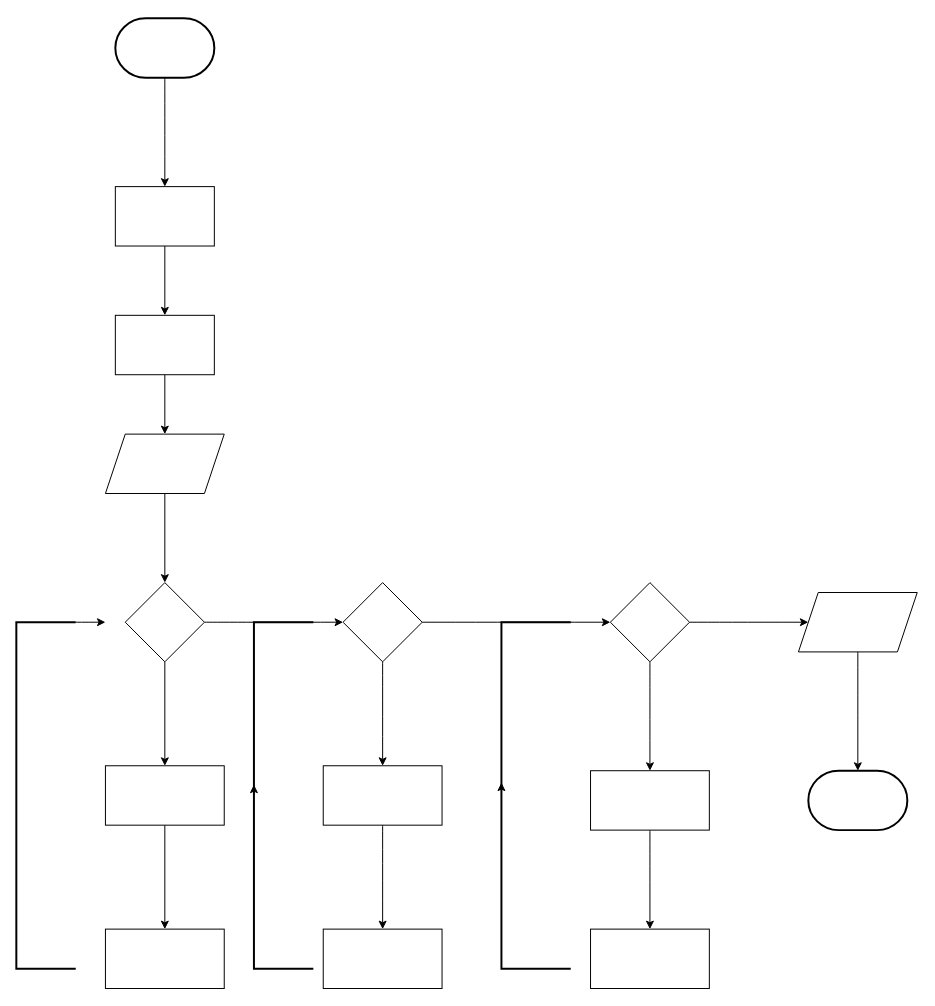
Cyriacusifeco/ALX keeps this draw.io diagram as page "Page-1" (1 of 2) of Sum_of_Squares_of_Given_Number.drawio. Above is the earlier version. Source tidied: cells renumbered, new cells numbered last; positions are measured from the earlier drawing's top-left corner, leaving out a move shared by most shapes. Both pictures are drawn from the tidied source at 99%, with x=0, y=0 at pixel (16, 18).
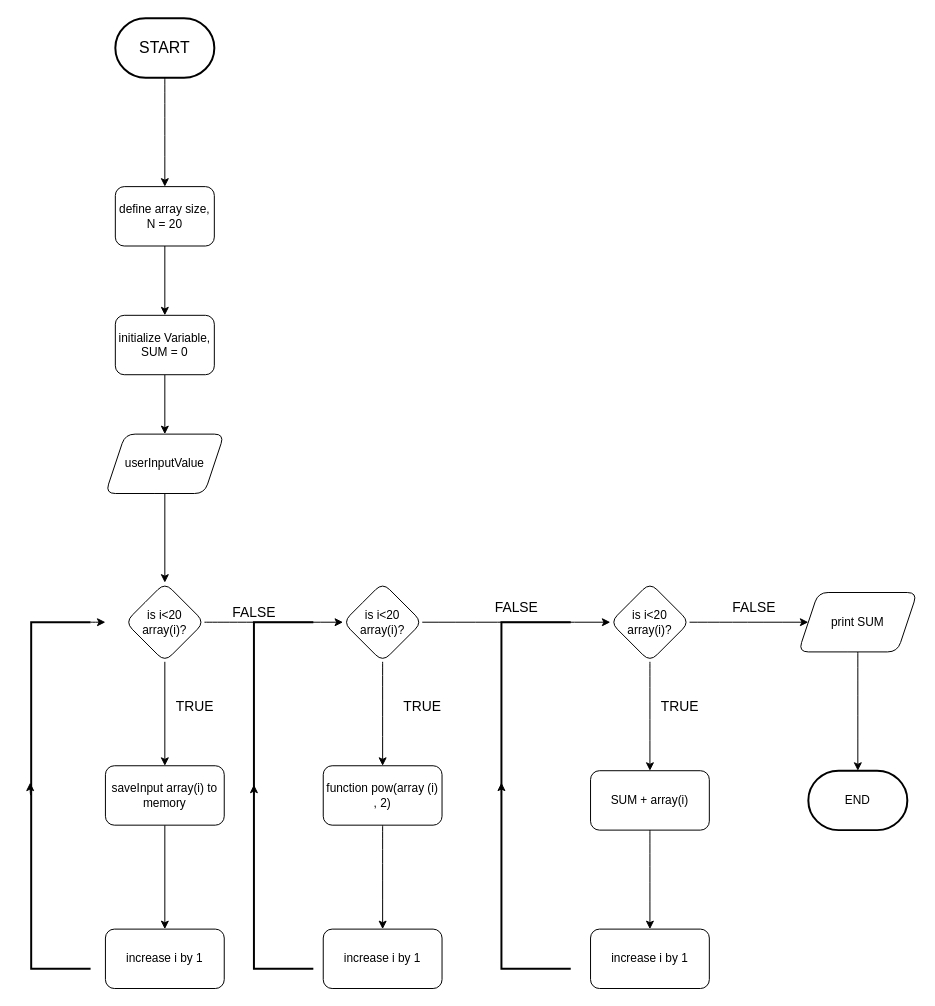
After the change.

Diff of the diagram source:
```diff
@@
-    <mxCell id="2" style="edgeStyle=orthogonalEdgeStyle;rounded=0;jettySize=auto;html=1;" parent="1" edge="1" source="3" target="5">
+    <mxCell id="2" style="edgeStyle=orthogonalEdgeStyle;rounded=1;jettySize=auto;html=1;" parent="1" edge="1" source="3" target="5">
       <mxGeometry relative="1" as="geometry" />
     </mxCell>
-    <mxCell id="3" style="rounded=0;whiteSpace=wrap;html=1;" parent="1" vertex="1">
+    <mxCell id="3" value="define array size, N = 20" style="rounded=1;whiteSpace=wrap;html=1;" parent="1" vertex="1">
       <mxGeometry x="100" y="170" width="100" height="60" as="geometry" />
     </mxCell>
-    <mxCell id="4" style="edgeStyle=orthogonalEdgeStyle;rounded=0;jettySize=auto;html=1;" parent="1" edge="1" source="5" target="7">
+    <mxCell id="4" style="edgeStyle=orthogonalEdgeStyle;rounded=1;jettySize=auto;html=1;" parent="1" edge="1" source="5" target="7">
       <mxGeometry relative="1" as="geometry" />
     </mxCell>
-    <mxCell id="5" style="rounded=0;whiteSpace=wrap;html=1;" parent="1" vertex="1">
+    <mxCell id="5" value="initialize Variable, SUM = 0" style="rounded=1;whiteSpace=wrap;html=1;" parent="1" vertex="1">
       <mxGeometry x="100" y="300" width="100" height="60" as="geometry" />
     </mxCell>
-    <mxCell id="6" style="edgeStyle=orthogonalEdgeStyle;rounded=0;jettySize=auto;html=1;" parent="1" edge="1" source="7" target="10">
+    <mxCell id="6" style="edgeStyle=orthogonalEdgeStyle;rounded=1;jettySize=auto;html=1;" parent="1" edge="1" source="7" target="10">
       <mxGeometry relative="1" as="geometry" />
     </mxCell>
-    <mxCell id="7" style="shape=parallelogram;perimeter=parallelogramPerimeter;whiteSpace=wrap;html=1;fixedSize=1;rounded=0;" parent="1" vertex="1">
+    <mxCell id="7" value="userInputValue" style="shape=parallelogram;perimeter=parallelogramPerimeter;whiteSpace=wrap;html=1;fixedSize=1;rounded=1;" parent="1" vertex="1">
       <mxGeometry x="90" y="420" width="120" height="60" as="geometry" />
     </mxCell>
-    <mxCell id="8" style="edgeStyle=orthogonalEdgeStyle;rounded=0;jettySize=auto;html=1;" parent="1" edge="1" source="10" target="12">
+    <mxCell id="8" style="edgeStyle=orthogonalEdgeStyle;rounded=1;jettySize=auto;html=1;" parent="1" edge="1" source="10" target="12">
       <mxGeometry relative="1" as="geometry" />
     </mxCell>
-    <mxCell id="9" style="edgeStyle=orthogonalEdgeStyle;curved=1;rounded=0;jettySize=auto;html=1;" parent="1" edge="1" source="10" target="18">
+    <mxCell id="9" style="edgeStyle=orthogonalEdgeStyle;curved=1;rounded=1;jettySize=auto;html=1;" parent="1" edge="1" source="10" target="18">
       <mxGeometry relative="1" as="geometry" />
     </mxCell>
-    <mxCell id="10" style="rhombus;whiteSpace=wrap;html=1;rounded=0;" parent="1" vertex="1">
+    <mxCell id="10" value="is i&amp;lt;20 array(i)?" style="rhombus;whiteSpace=wrap;html=1;rounded=1;" parent="1" vertex="1">
       <mxGeometry x="110" y="570" width="80" height="80" as="geometry" />
     </mxCell>
-    <mxCell id="11" style="edgeStyle=orthogonalEdgeStyle;rounded=0;jettySize=auto;html=1;" parent="1" edge="1" source="12" target="13">
+    <mxCell id="11" style="edgeStyle=orthogonalEdgeStyle;rounded=1;jettySize=auto;html=1;" parent="1" edge="1" source="12" target="13">
       <mxGeometry relative="1" as="geometry" />
     </mxCell>
-    <mxCell id="12" style="whiteSpace=wrap;html=1;rounded=0;" parent="1" vertex="1">
+    <mxCell id="12" value="saveInput array(i) to memory" style="whiteSpace=wrap;html=1;rounded=1;" parent="1" vertex="1">
       <mxGeometry x="90" y="755" width="120" height="60" as="geometry" />
     </mxCell>
-    <mxCell id="13" style="whiteSpace=wrap;html=1;rounded=0;" parent="1" vertex="1">
+    <mxCell id="13" value="increase i by 1" style="whiteSpace=wrap;html=1;rounded=1;" parent="1" vertex="1">
       <mxGeometry x="90" y="920" width="120" height="60" as="geometry" />
     </mxCell>
-    <mxCell id="14" style="edgeStyle=orthogonalEdgeStyle;curved=1;rounded=0;jettySize=auto;html=1;exitX=1;exitY=0;exitDx=0;exitDy=0;exitPerimeter=0;" parent="1" edge="1" source="15">
+    <mxCell id="14" style="edgeStyle=orthogonalEdgeStyle;curved=1;rounded=1;jettySize=auto;html=1;exitX=1;exitY=0;exitDx=0;exitDy=0;exitPerimeter=0;" parent="1" edge="1" source="15">
       <mxGeometry relative="1" as="geometry">
         <mxPoint x="90" y="610" as="targetPoint" />
       </mxGeometry>
     </mxCell>
-    <mxCell id="15" style="strokeWidth=2;html=1;shape=mxgraph.flowchart.annotation_1;align=left;direction=east;" parent="1" vertex="1">
-      <mxGeometry y="610" width="60" height="350" as="geometry" />
+    <mxCell id="15" style="strokeWidth=2;html=1;shape=mxgraph.flowchart.annotation_1;align=left;direction=east;rounded=1;" parent="1" vertex="1">
+      <mxGeometry x="15" y="610" width="60" height="350" as="geometry" />
     </mxCell>
-    <mxCell id="16" style="edgeStyle=orthogonalEdgeStyle;curved=1;rounded=0;jettySize=auto;html=1;" parent="1" edge="1" source="18" target="20">
+    <mxCell id="16" style="edgeStyle=orthogonalEdgeStyle;curved=1;rounded=1;jettySize=auto;html=1;" parent="1" edge="1" source="18" target="20">
       <mxGeometry relative="1" as="geometry" />
     </mxCell>
-    <mxCell id="17" style="edgeStyle=orthogonalEdgeStyle;curved=1;rounded=0;jettySize=auto;html=1;" parent="1" edge="1" source="18" target="24">
+    <mxCell id="17" style="edgeStyle=orthogonalEdgeStyle;curved=1;rounded=1;jettySize=auto;html=1;" parent="1" edge="1" source="18" target="24">
       <mxGeometry relative="1" as="geometry">
         <Array as="points">
           <mxPoint x="470" y="610" />
           <mxPoint x="470" y="610" />
         </Array>
       </mxGeometry>
     </mxCell>
-    <mxCell id="18" style="rhombus;whiteSpace=wrap;html=1;rounded=0;" parent="1" vertex="1">
+    <mxCell id="18" value="is i&amp;lt;20 array(i)?" style="rhombus;whiteSpace=wrap;html=1;rounded=1;" parent="1" vertex="1">
       <mxGeometry x="330" y="570" width="80" height="80" as="geometry" />
     </mxCell>
-    <mxCell id="19" style="edgeStyle=orthogonalEdgeStyle;curved=1;rounded=0;jettySize=auto;html=1;" parent="1" edge="1" source="20" target="21">
+    <mxCell id="19" style="edgeStyle=orthogonalEdgeStyle;curved=1;rounded=1;jettySize=auto;html=1;" parent="1" edge="1" source="20" target="21">
       <mxGeometry relative="1" as="geometry" />
     </mxCell>
-    <mxCell id="20" style="whiteSpace=wrap;html=1;rounded=0;" parent="1" vertex="1">
+    <mxCell id="20" value="function pow(array (i) , 2)" style="whiteSpace=wrap;html=1;rounded=1;" parent="1" vertex="1">
       <mxGeometry x="310" y="755" width="120" height="60" as="geometry" />
     </mxCell>
-    <mxCell id="21" style="whiteSpace=wrap;html=1;rounded=0;" parent="1" vertex="1">
+    <mxCell id="21" value="increase i by 1" style="whiteSpace=wrap;html=1;rounded=1;" parent="1" vertex="1">
       <mxGeometry x="310" y="920" width="120" height="60" as="geometry" />
     </mxCell>
-    <mxCell id="22" style="edgeStyle=orthogonalEdgeStyle;curved=1;rounded=0;jettySize=auto;html=1;" parent="1" edge="1" source="24" target="26">
+    <mxCell id="22" style="edgeStyle=orthogonalEdgeStyle;curved=1;rounded=1;jettySize=auto;html=1;" parent="1" edge="1" source="24" target="26">
       <mxGeometry relative="1" as="geometry" />
     </mxCell>
-    <mxCell id="23" style="edgeStyle=orthogonalEdgeStyle;curved=1;rounded=0;jettySize=auto;html=1;" parent="1" edge="1" source="24" target="29">
+    <mxCell id="23" style="edgeStyle=orthogonalEdgeStyle;curved=1;rounded=1;jettySize=auto;html=1;" parent="1" edge="1" source="24" target="29">
       <mxGeometry relative="1" as="geometry">
         <Array as="points">
           <mxPoint x="710" y="610" />
           <mxPoint x="710" y="610" />
         </Array>
       </mxGeometry>
     </mxCell>
-    <mxCell id="24" style="rhombus;whiteSpace=wrap;html=1;rounded=0;" parent="1" vertex="1">
+    <mxCell id="24" value="is i&amp;lt;20 array(i)?" style="rhombus;whiteSpace=wrap;html=1;rounded=1;" parent="1" vertex="1">
       <mxGeometry x="600" y="570" width="80" height="80" as="geometry" />
     </mxCell>
-    <mxCell id="25" style="edgeStyle=orthogonalEdgeStyle;curved=1;rounded=0;jettySize=auto;html=1;" parent="1" edge="1" source="26" target="27">
+    <mxCell id="25" style="edgeStyle=orthogonalEdgeStyle;curved=1;rounded=1;jettySize=auto;html=1;" parent="1" edge="1" source="26" target="27">
       <mxGeometry relative="1" as="geometry" />
     </mxCell>
-    <mxCell id="26" style="whiteSpace=wrap;html=1;rounded=0;" parent="1" vertex="1">
+    <mxCell id="26" value="SUM + array(i)" style="whiteSpace=wrap;html=1;rounded=1;" parent="1" vertex="1">
       <mxGeometry x="580" y="760" width="120" height="60" as="geometry" />
     </mxCell>
-    <mxCell id="27" style="whiteSpace=wrap;html=1;rounded=0;" parent="1" vertex="1">
+    <mxCell id="27" value="increase i by 1" style="whiteSpace=wrap;html=1;rounded=1;" parent="1" vertex="1">
       <mxGeometry x="580" y="920" width="120" height="60" as="geometry" />
     </mxCell>
-    <mxCell id="28" style="edgeStyle=orthogonalEdgeStyle;curved=1;rounded=0;jettySize=auto;html=1;" parent="1" edge="1" source="29" target="30">
+    <mxCell id="28" style="edgeStyle=orthogonalEdgeStyle;curved=1;rounded=1;jettySize=auto;html=1;" parent="1" edge="1" source="29" target="30">
       <mxGeometry relative="1" as="geometry" />
     </mxCell>
-    <mxCell id="29" style="shape=parallelogram;perimeter=parallelogramPerimeter;whiteSpace=wrap;html=1;fixedSize=1;rounded=0;" parent="1" vertex="1">
+    <mxCell id="29" value="print SUM" style="shape=parallelogram;perimeter=parallelogramPerimeter;whiteSpace=wrap;html=1;fixedSize=1;rounded=1;" parent="1" vertex="1">
       <mxGeometry x="790" y="580" width="120" height="60" as="geometry" />
     </mxCell>
-    <mxCell id="30" style="strokeWidth=2;html=1;shape=mxgraph.flowchart.terminator;whiteSpace=wrap;" parent="1" vertex="1">
+    <mxCell id="30" value="END" style="strokeWidth=2;html=1;shape=mxgraph.flowchart.terminator;whiteSpace=wrap;rounded=1;" parent="1" vertex="1">
       <mxGeometry x="800" y="760" width="100" height="60" as="geometry" />
     </mxCell>
-    <mxCell id="31" style="edgeStyle=orthogonalEdgeStyle;curved=1;rounded=0;jettySize=auto;html=1;" parent="1" edge="1" source="32" target="3">
+    <mxCell id="31" style="edgeStyle=orthogonalEdgeStyle;curved=1;rounded=1;jettySize=auto;html=1;" parent="1" edge="1" source="32" target="3">
       <mxGeometry relative="1" as="geometry" />
     </mxCell>
-    <mxCell id="32" style="strokeWidth=2;html=1;shape=mxgraph.flowchart.terminator;whiteSpace=wrap;" parent="1" vertex="1">
+    <mxCell id="32" value="&lt;font size=&quot;3&quot;&gt;START&lt;/font&gt;" style="strokeWidth=2;html=1;shape=mxgraph.flowchart.terminator;whiteSpace=wrap;align=center;rounded=1;" parent="1" vertex="1">
       <mxGeometry x="100" width="100" height="60" as="geometry" />
     </mxCell>
-    <mxCell id="33" style="strokeWidth=2;html=1;shape=mxgraph.flowchart.annotation_1;align=left;direction=east;" parent="1" vertex="1">
+    <mxCell id="33" style="strokeWidth=2;html=1;shape=mxgraph.flowchart.annotation_1;align=left;direction=east;rounded=1;" parent="1" vertex="1">
       <mxGeometry x="240" y="610" width="60" height="350" as="geometry" />
     </mxCell>
-    <mxCell id="34" style="strokeWidth=2;html=1;shape=mxgraph.flowchart.annotation_1;align=left;direction=east;" parent="1" vertex="1">
+    <mxCell id="34" style="strokeWidth=2;html=1;shape=mxgraph.flowchart.annotation_1;align=left;direction=east;rounded=1;" parent="1" vertex="1">
       <mxGeometry x="490" y="610" width="70" height="350" as="geometry" />
     </mxCell>
-    <mxCell id="35" style="edgeStyle=orthogonalEdgeStyle;curved=1;rounded=0;orthogonalLoop=1;jettySize=auto;html=1;exitX=0;exitY=0.5;exitDx=0;exitDy=0;exitPerimeter=0;entryX=0;entryY=0.463;entryDx=0;entryDy=0;entryPerimeter=0;" parent="1" edge="1" source="34" target="34">
+    <mxCell id="35" style="edgeStyle=orthogonalEdgeStyle;curved=1;rounded=1;orthogonalLoop=1;jettySize=auto;html=1;exitX=0;exitY=0.5;exitDx=0;exitDy=0;exitPerimeter=0;entryX=0;entryY=0.463;entryDx=0;entryDy=0;entryPerimeter=0;" parent="1" edge="1" source="34" target="34">
       <mxGeometry relative="1" as="geometry" />
     </mxCell>
-    <mxCell id="36" style="edgeStyle=orthogonalEdgeStyle;curved=1;rounded=0;orthogonalLoop=1;jettySize=auto;html=1;exitX=0;exitY=0.5;exitDx=0;exitDy=0;exitPerimeter=0;entryX=0;entryY=0.469;entryDx=0;entryDy=0;entryPerimeter=0;" parent="1" edge="1" source="33" target="33">
+    <mxCell id="36" style="edgeStyle=orthogonalEdgeStyle;curved=1;rounded=1;orthogonalLoop=1;jettySize=auto;html=1;exitX=0;exitY=0.5;exitDx=0;exitDy=0;exitPerimeter=0;entryX=0;entryY=0.469;entryDx=0;entryDy=0;entryPerimeter=0;" parent="1" edge="1" source="33" target="33">
       <mxGeometry relative="1" as="geometry" />
     </mxCell>
+    <mxCell id="37" value="FALSE" style="text;html=1;align=center;verticalAlign=middle;fillColor=none;strokeColor=none;rounded=0;fontSize=14;" parent="1" vertex="1">
+      <mxGeometry x="205" y="585" width="70" height="30" as="geometry" />
+    </mxCell>
+    <mxCell id="38" value="FALSE" style="text;html=1;align=center;verticalAlign=middle;fillColor=none;strokeColor=none;rounded=0;fontSize=14;" parent="1" vertex="1">
+      <mxGeometry x="470" y="580" width="70" height="30" as="geometry" />
+    </mxCell>
+    <mxCell id="39" value="FALSE" style="text;html=1;align=center;verticalAlign=middle;fillColor=none;strokeColor=none;rounded=0;fontSize=14;" parent="1" vertex="1">
+      <mxGeometry x="710" y="580" width="70" height="30" as="geometry" />
+    </mxCell>
+    <mxCell id="40" style="edgeStyle=orthogonalEdgeStyle;curved=1;rounded=1;orthogonalLoop=1;jettySize=auto;html=1;exitX=0;exitY=0.5;exitDx=0;exitDy=0;exitPerimeter=0;entryX=-0.017;entryY=0.463;entryDx=0;entryDy=0;entryPerimeter=0;fontSize=14;" parent="1" edge="1" source="15" target="15">
+      <mxGeometry relative="1" as="geometry" />
+    </mxCell>
+    <mxCell id="41" value="TRUE" style="text;html=1;align=center;verticalAlign=middle;fillColor=none;strokeColor=none;rounded=0;fontSize=14;" parent="1" vertex="1">
+      <mxGeometry x="150" y="680" width="60" height="30" as="geometry" />
+    </mxCell>
+    <mxCell id="42" value="TRUE" style="text;html=1;align=center;verticalAlign=middle;fillColor=none;strokeColor=none;rounded=0;fontSize=14;" parent="1" vertex="1">
+      <mxGeometry x="380" y="680" width="60" height="30" as="geometry" />
+    </mxCell>
+    <mxCell id="43" value="TRUE" style="text;html=1;align=center;verticalAlign=middle;fillColor=none;strokeColor=none;rounded=0;fontSize=14;" parent="1" vertex="1">
+      <mxGeometry x="640" y="680" width="60" height="30" as="geometry" />
+    </mxCell>
```
